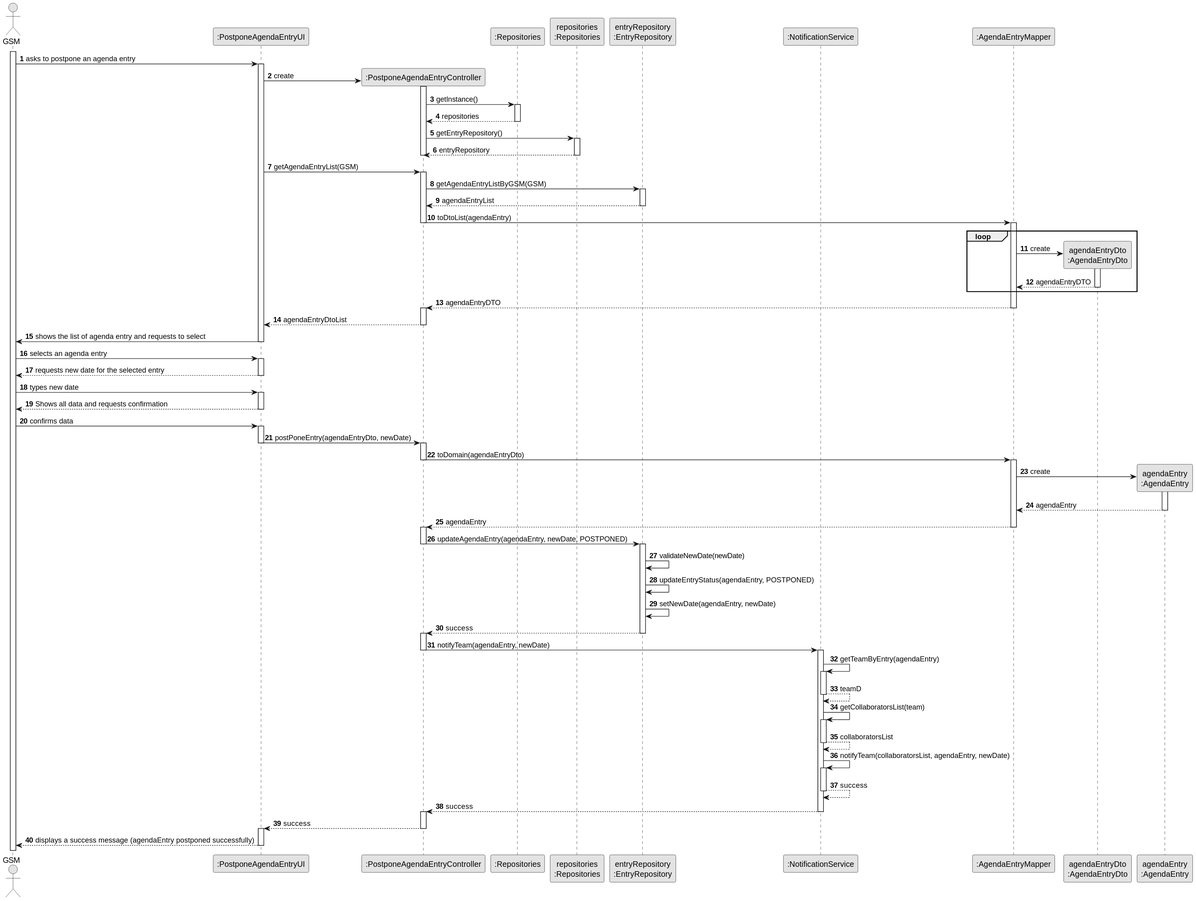
This is docs/sprintC/us024/03.design/svg/us024-sequence-diagram-full.svg from ricardomm7/leaflink, a PlantUML export, as it was before one commit.
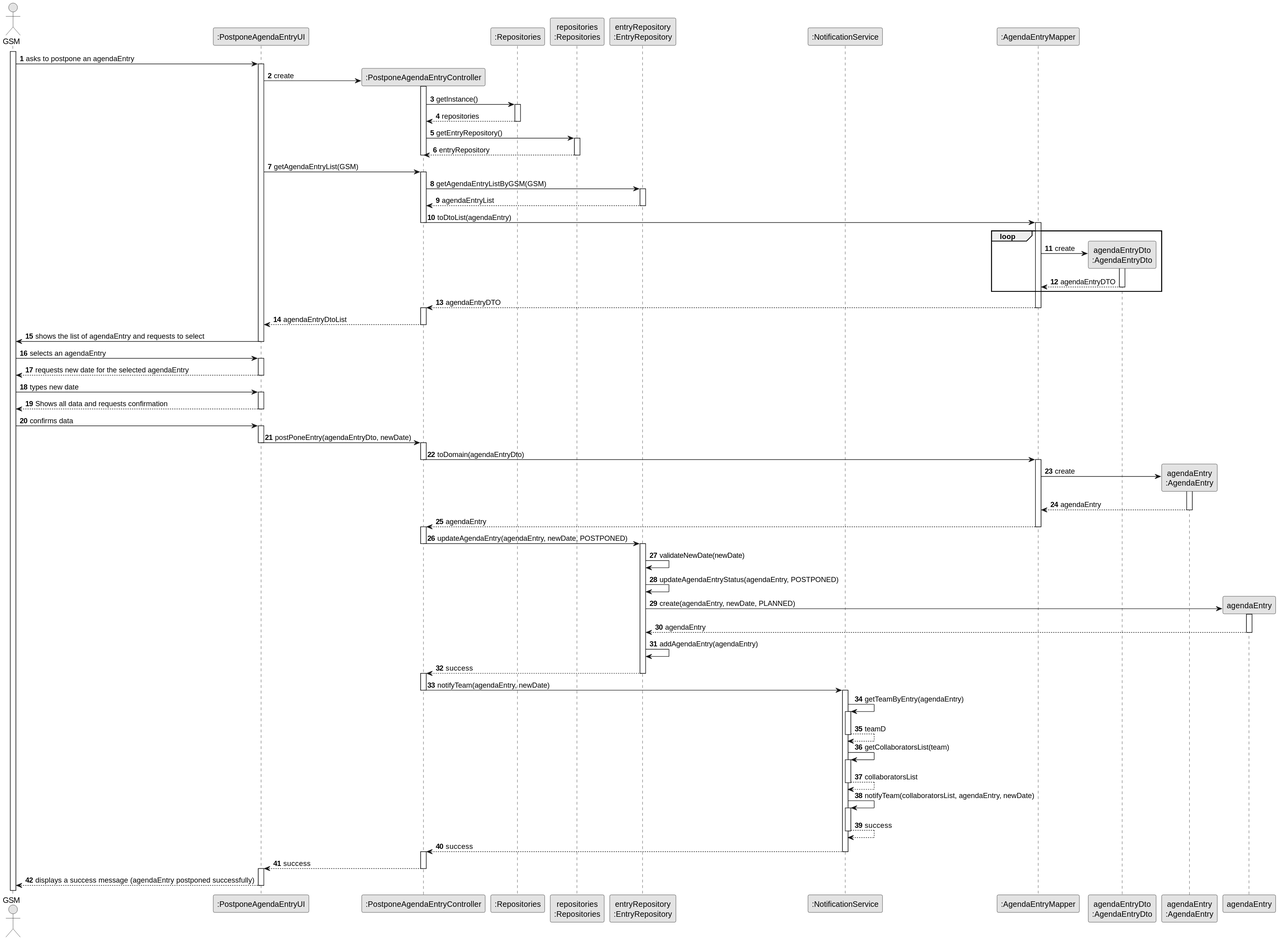
Above is the later version.

What changed in the source:
```diff
@@ -20,7 +20,7 @@
 
 activate GSM
 
-    GSM -> UI : asks to postpone an agenda entry
+    GSM -> UI : asks to postpone an agendaEntry
     activate UI
 
         UI -> CTRL **: create
@@ -70,13 +70,13 @@
             CTRL --> UI : agendaEntryDtoList
         deactivate CTRL
 
-        UI -> GSM : shows the list of agenda entry and requests to select
+        UI -> GSM : shows the list of agendaEntry and requests to select
     deactivate UI
 
-    GSM -> UI : selects an agenda entry
+    GSM -> UI : selects an agendaEntry
     activate UI
 
-        UI --> GSM : requests new date for the selected entry
+        UI --> GSM : requests new date for the selected agendaEntry
     deactivate UI
 
     GSM -> UI : types new date
@@ -110,16 +110,17 @@
             deactivate CTRL
             activate EntryRepo
 
+                EntryRepo -> EntryRepo : validateNewDate(newDate)
+                EntryRepo -> EntryRepo : updateAgendaEntryStatus(agendaEntry, POSTPONED)
 
+                EntryRepo -> agendaEntry **: create(agendaEntry, newDate, PLANNED)
+                activate agendaEntry
 
+                agendaEntry--> EntryRepo: agendaEntry
+                deactivate agendaEntry
 
+                EntryRepo -> EntryRepo: addAgendaEntry(agendaEntry)
 
-
-
-
-                EntryRepo -> EntryRepo : validateNewDate(newDate)
-                EntryRepo -> EntryRepo : updateEntryStatus(agendaEntry, POSTPONED)
-                EntryRepo -> EntryRepo : setNewDate(agendaEntry, newDate)
 
             EntryRepo --> CTRL : success
             deactivate EntryRepo
```
